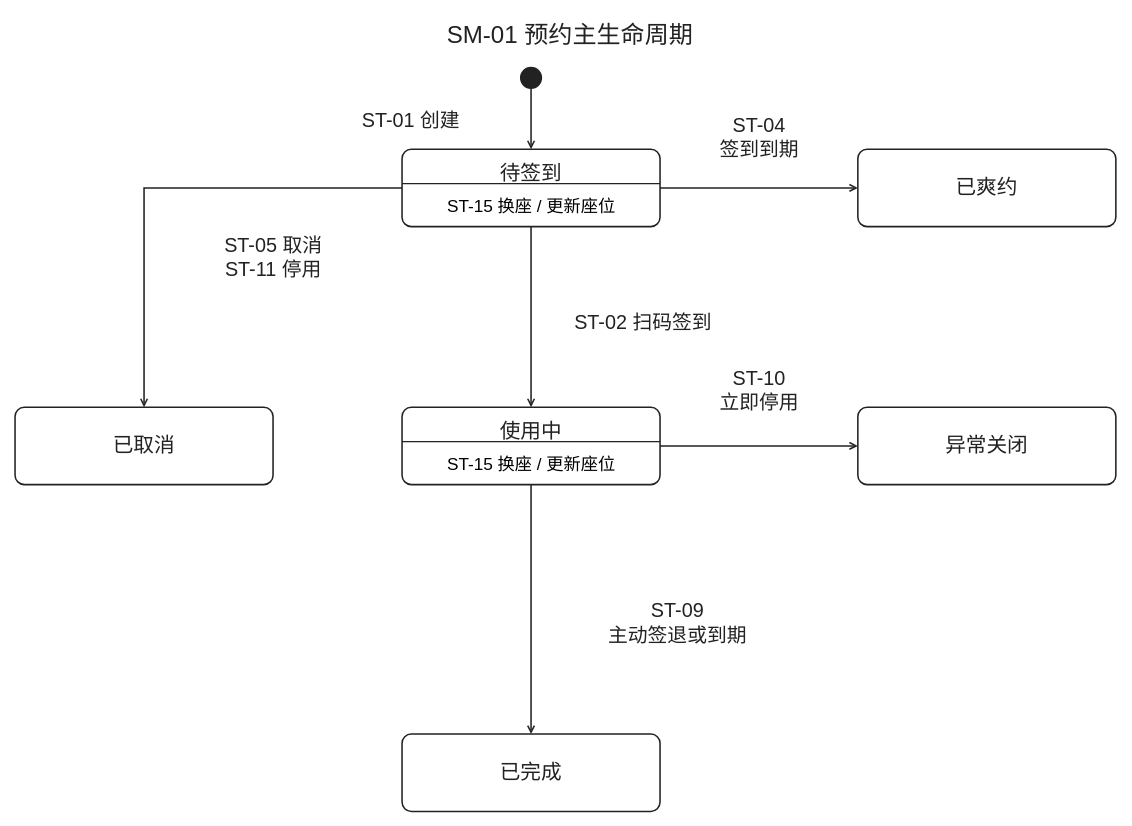
Qhzy1411/Study-Room-Booking-System keeps this draw.io diagram as docs/需求分析/附件/01图模型/SM-01-预约主状态图.drawio. Above is the earlier version. Source tidied: cells renumbered, new cells numbered last; positions are measured from the earlier drawing's top-left corner, leaving out a move shared by most shapes. Both pictures are drawn from the tidied source at 86%, with x=0, y=0 at pixel (15, 15).
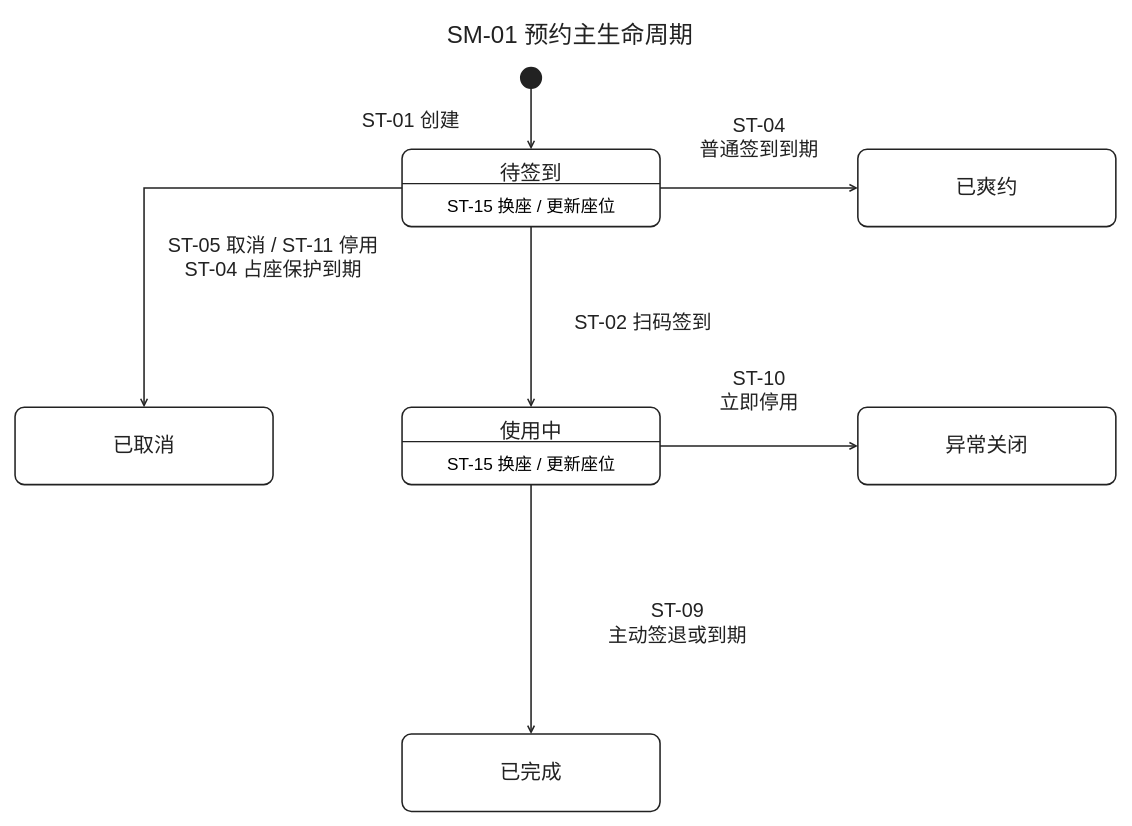
The same diagram, later.

Change to the diagram source:
```diff
@@
-    <mxCell id="15" value="ST-05 取消&lt;br&gt;ST-11 停用" style="fontFamily=Microsoft YaHei;fontColor=#222222;strokeWidth=1.8;html=1;text;strokeColor=none;fillColor=none;fontSize=23;align=center;verticalAlign=top;" parent="1" vertex="1">
+    <mxCell id="15" value="ST-05 取消 / ST-11 停用&lt;br&gt;ST-04 占座保护到期" style="fontFamily=Microsoft YaHei;fontColor=#222222;strokeWidth=1.8;html=1;text;strokeColor=none;fillColor=none;fontSize=23;align=center;verticalAlign=top;" parent="1" vertex="1">
       <mxGeometry x="203" y="248" width="194" height="64" as="geometry" />
     </mxCell>
@@
-    <mxCell id="17" value="ST-04&lt;br&gt;签到到期" style="fontFamily=Microsoft YaHei;fontColor=#222222;strokeWidth=1.8;html=1;text;strokeColor=none;fillColor=none;fontSize=23;align=center;verticalAlign=top;" parent="1" vertex="1">
+    <mxCell id="17" value="ST-04&lt;br&gt;普通签到到期" style="fontFamily=Microsoft YaHei;fontColor=#222222;strokeWidth=1.8;html=1;text;strokeColor=none;fillColor=none;fontSize=23;align=center;verticalAlign=top;" parent="1" vertex="1">
       <mxGeometry x="802.5" y="108" width="125" height="64" as="geometry" />
     </mxCell>
```
